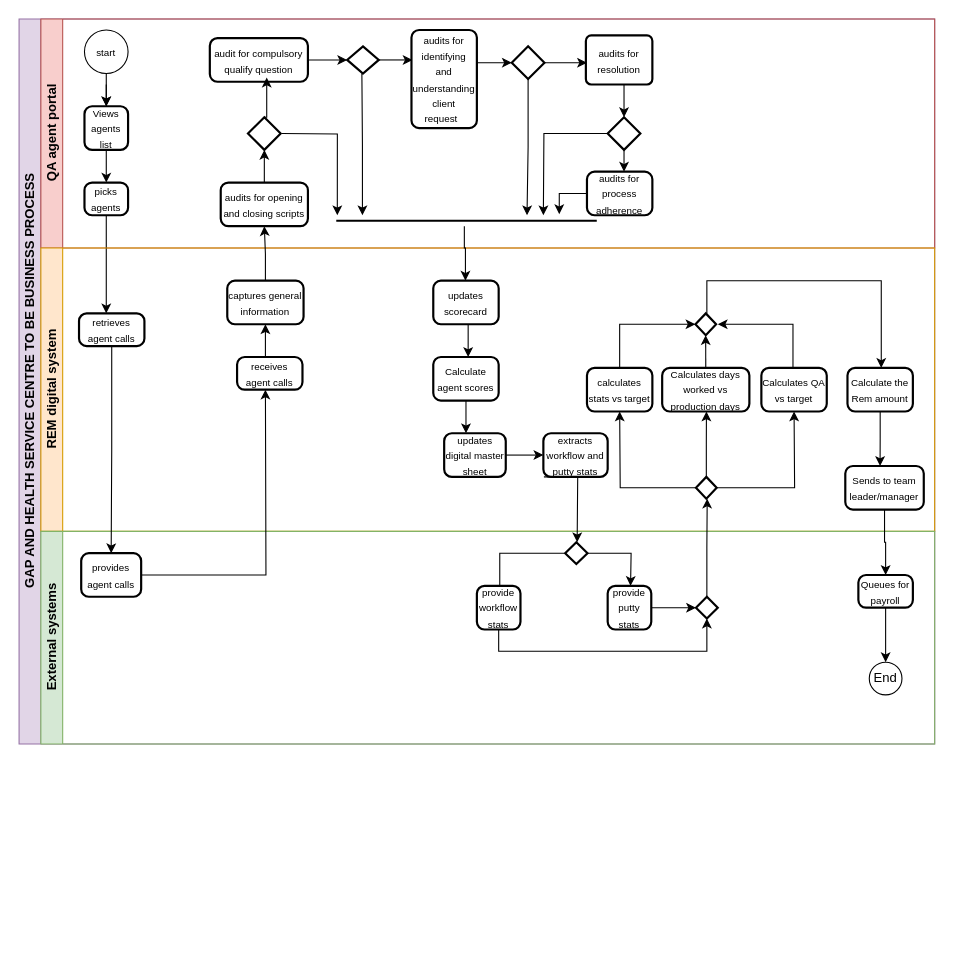
TJ-Kwetsane1993/Thato keeps this draw.io diagram as Untitled Diagram.drawio. Above is the earlier version. Source tidied: cells renumbered, new cells numbered last; positions are measured from the earlier drawing's top-left corner, leaving out a move shared by most shapes. Both pictures are drawn from the tidied source at 109%, with x=0, y=0 at pixel (19, 19).
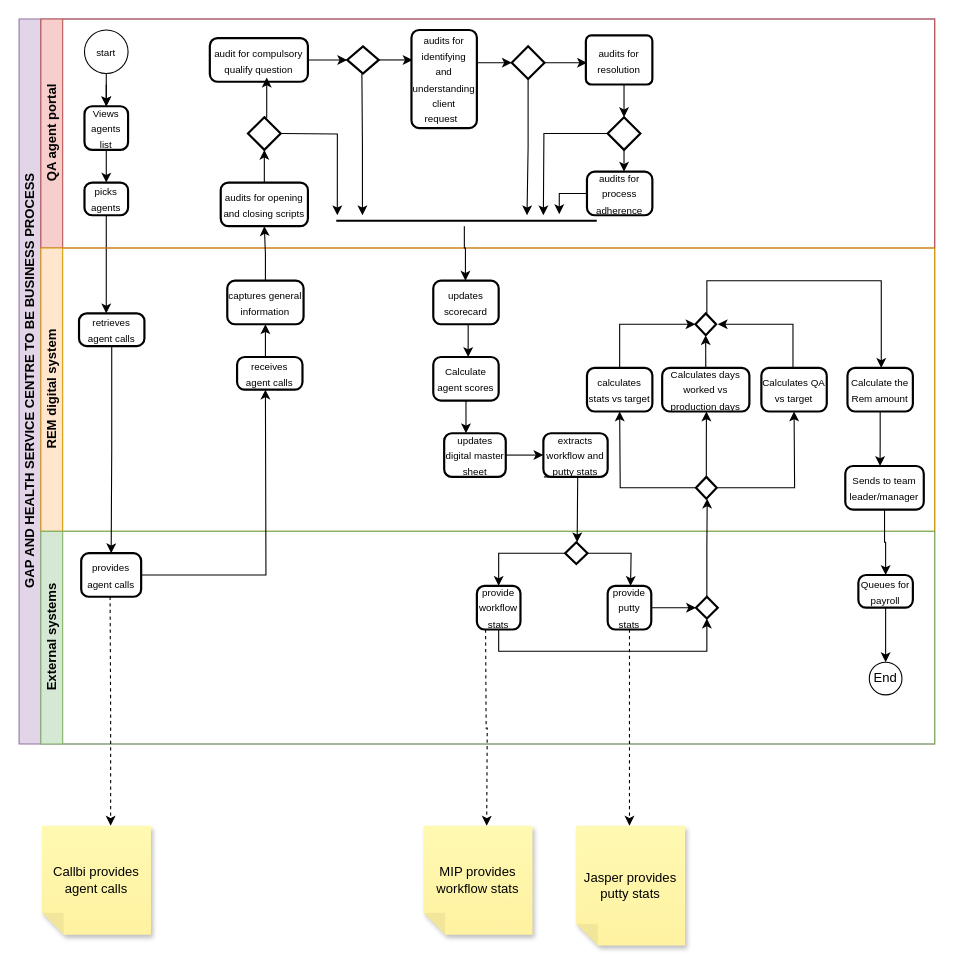
After the change.

The change refers to these unchanged cells:
```xml
<mxCell id="61" value="External systems" style="swimlane;html=1;startSize=20;horizontal=0;fillColor=#d5e8d4;strokeColor=#82b366;" parent="2" vertex="1">
  <mxGeometry x="20" y="470" width="820" height="195" as="geometry" />
</mxCell>
<mxCell id="64" style="strokeWidth=2;html=1;shape=mxgraph.flowchart.decision;whiteSpace=wrap;" parent="61" vertex="1">
  <mxGeometry x="481" y="10" width="20.5" height="20" as="geometry" />
</mxCell>
<mxCell id="66" value="&lt;font style=&quot;font-size: 9px;&quot;&gt;provide workflow stats&lt;/font&gt;" style="rounded=1;whiteSpace=wrap;html=1;absoluteArcSize=1;arcSize=14;strokeWidth=2;" parent="61" vertex="1">
  <mxGeometry x="400" y="50" width="40" height="40" as="geometry" />
</mxCell>
<mxCell id="69" value="&lt;font style=&quot;font-size: 9px;&quot;&gt;provide putty stats&lt;/font&gt;" style="rounded=1;whiteSpace=wrap;html=1;absoluteArcSize=1;arcSize=14;strokeWidth=2;" parent="61" vertex="1">
  <mxGeometry x="520" y="50" width="40" height="40" as="geometry" />
</mxCell>
```

What changed in the source:
```diff
@@
+    <mxCell id="82" style="edgeStyle=orthogonalEdgeStyle;rounded=0;orthogonalLoop=1;jettySize=auto;html=1;exitX=0.5;exitY=1;exitDx=0;exitDy=0;dashed=1;" parent="61" edge="1">
+      <mxGeometry relative="1" as="geometry">
+        <mxPoint x="63.5" y="60" as="sourcePoint" />
+        <mxPoint x="64" y="270" as="targetPoint" />
+      </mxGeometry>
+    </mxCell>
@@
+    <mxCell id="83" style="edgeStyle=orthogonalEdgeStyle;rounded=0;jettySize=auto;html=1;exitX=0;exitY=0.5;exitDx=0;exitDy=0;exitPerimeter=0;entryX=0.5;entryY=0;entryDx=0;entryDy=0;" parent="61" edge="1" source="64" target="66">
+      <mxGeometry relative="1" as="geometry" />
+    </mxCell>
@@
+    <mxCell id="84" style="edgeStyle=orthogonalEdgeStyle;rounded=0;orthogonalLoop=1;jettySize=auto;html=1;exitX=0.25;exitY=1;exitDx=0;exitDy=0;dashed=1;" parent="61" edge="1">
+      <mxGeometry relative="1" as="geometry">
+        <mxPoint x="408" y="90" as="sourcePoint" />
+        <mxPoint x="409" y="270" as="targetPoint" />
+      </mxGeometry>
+    </mxCell>
@@
-    <mxCell id="67" style="shape=partialRectangle;whiteSpace=wrap;html=1;bottom=0;right=0;fillColor=none;" parent="61" vertex="1">
-      <mxGeometry x="421" y="20" width="59" height="30" as="geometry" />
-    </mxCell>
@@
+    <mxCell id="85" style="edgeStyle=orthogonalEdgeStyle;rounded=0;jettySize=auto;html=1;exitX=0.5;exitY=1;exitDx=0;exitDy=0;dashed=1;" parent="61" edge="1" source="69">
+      <mxGeometry relative="1" as="geometry">
+        <mxPoint x="540" y="270" as="targetPoint" />
+      </mxGeometry>
+    </mxCell>
@@
+    <mxCell id="86" value="Callbi provides agent calls" style="shape=note;whiteSpace=wrap;html=1;backgroundOutline=1;fontColor=#000000;darkOpacity=0.05;fillColor=#FFF9B2;strokeColor=none;fillStyle=solid;direction=west;gradientDirection=north;gradientColor=#FFF2A1;shadow=1;size=20;" parent="1" vertex="1">
+      <mxGeometry x="21" y="740" width="100" height="100" as="geometry" />
+    </mxCell>
+    <mxCell id="87" value="MIP provides workflow stats" style="shape=note;whiteSpace=wrap;html=1;backgroundOutline=1;fontColor=#000000;darkOpacity=0.05;fillColor=#FFF9B2;strokeColor=none;fillStyle=solid;direction=west;gradientDirection=north;gradientColor=#FFF2A1;shadow=1;size=20;" parent="1" vertex="1">
+      <mxGeometry x="371" y="740" width="100" height="100" as="geometry" />
+    </mxCell>
+    <mxCell id="88" value="Jasper provides putty stats" style="shape=note;whiteSpace=wrap;html=1;backgroundOutline=1;fontColor=#000000;darkOpacity=0.05;fillColor=#FFF9B2;strokeColor=none;fillStyle=solid;direction=west;gradientDirection=north;gradientColor=#FFF2A1;shadow=1;size=20;" parent="1" vertex="1">
+      <mxGeometry x="511" y="740" width="100" height="110" as="geometry" />
+    </mxCell>
```
